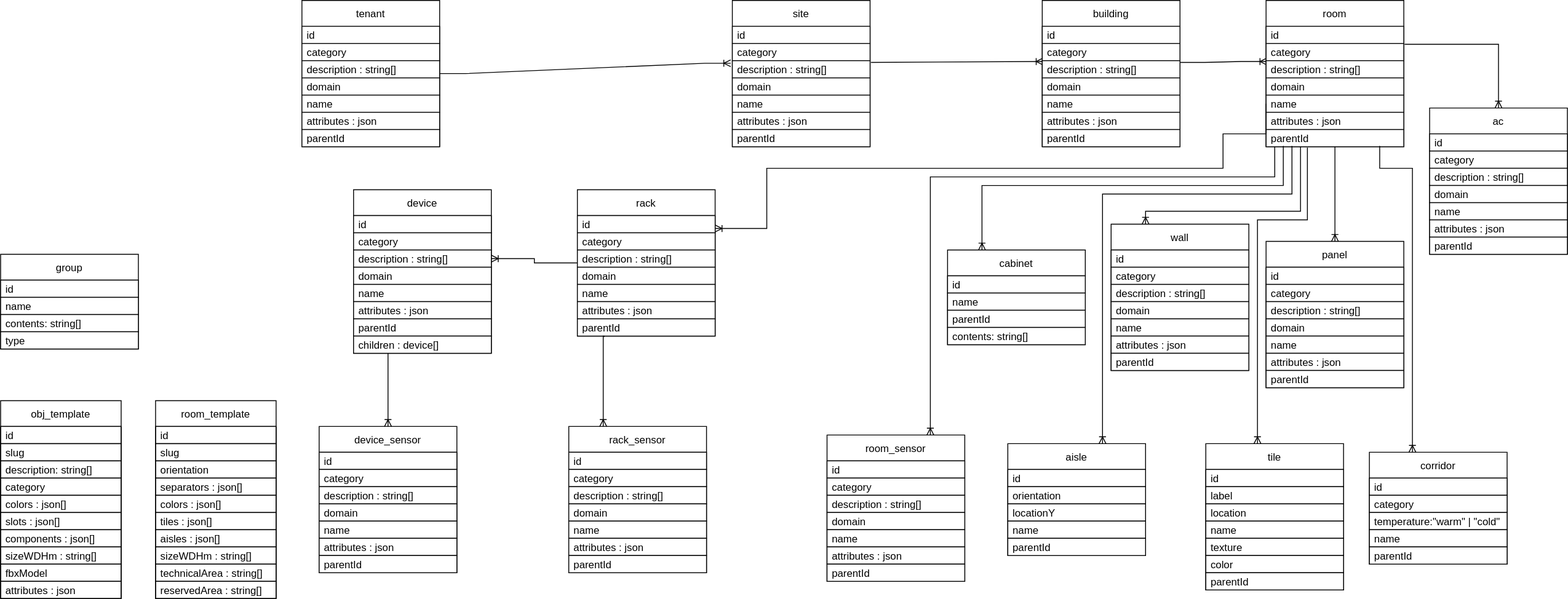
ditrit/OGrEE-Core keeps this draw.io diagram as resources/diagrams/DB Diagram.svg. Above is the earlier version. Source tidied: cells renumbered, new cells last; positions are measured from the earlier drawing's top-left corner, leaving out a move shared by most shapes.
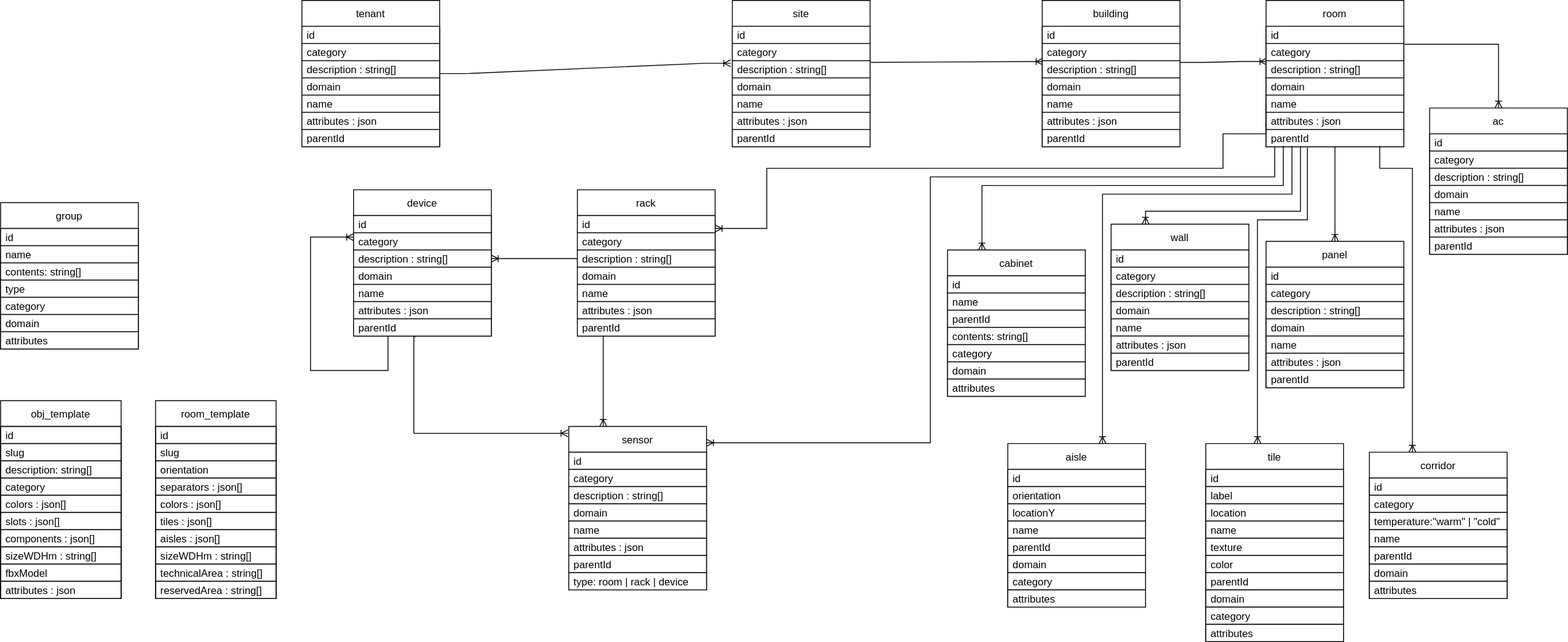
Above is the later version.

Commit message:
Updated DB Diagram, and test script for the previous commit

Change to the diagram source:
```diff
@@ -150,7 +150,11 @@
       <mxGeometry y="150" width="160" height="20" as="geometry" />
     </mxCell>
     <mxCell id="51" style="edgeStyle=orthogonalEdgeStyle;rounded=0;jettySize=auto;html=1;exitX=0;exitY=0.5;exitDx=0;exitDy=0;entryX=1;entryY=0.5;entryDx=0;entryDy=0;labelBackgroundColor=default;fontColor=default;endArrow=ERoneToMany;endFill=0;strokeColor=default;" parent="1" edge="1" source="52" target="63">
-      <mxGeometry relative="1" as="geometry" />
+      <mxGeometry relative="1" as="geometry">
+        <Array as="points">
+          <mxPoint x="670" y="300" />
+        </Array>
+      </mxGeometry>
     </mxCell>
     <mxCell id="52" value="rack" style="swimlane;fontStyle=0;horizontal=1;startSize=30;fillColor=default;strokeColor=default;fontColor=default;" parent="1" vertex="1">
       <mxGeometry x="670" y="220" width="160" height="170" as="geometry" />
@@ -177,7 +181,7 @@
       <mxGeometry y="150" width="160" height="20" as="geometry" />
     </mxCell>
     <mxCell id="60" value="device" style="swimlane;fontStyle=0;horizontal=1;startSize=30;fillColor=default;strokeColor=default;fontColor=default;" parent="1" vertex="1">
-      <mxGeometry x="410" y="220" width="160" height="190" as="geometry" />
+      <mxGeometry x="410" y="220" width="160" height="170" as="geometry" />
     </mxCell>
     <mxCell id="61" value="id" style="text;strokeColor=default;fillColor=default;align=left;verticalAlign=middle;spacingLeft=4;spacingRight=4;overflow=hidden;fontColor=default;" parent="60" vertex="1">
       <mxGeometry y="30" width="160" height="20" as="geometry" />
@@ -200,9 +204,16 @@
     <mxCell id="67" value="parentId" style="text;strokeColor=default;fillColor=default;align=left;verticalAlign=middle;spacingLeft=4;spacingRight=4;overflow=hidden;points=[[0,0.5],[1,0.5]];portConstraint=eastwest;fontColor=default;" parent="60" vertex="1">
       <mxGeometry y="150" width="160" height="20" as="geometry" />
     </mxCell>
-    <mxCell id="68" value="children : device[]" style="text;strokeColor=default;fillColor=default;align=left;verticalAlign=middle;spacingLeft=4;spacingRight=4;overflow=hidden;fontColor=default;" parent="60" vertex="1">
-      <mxGeometry y="170" width="160" height="20" as="geometry" />
-    </mxCell>
+    <mxCell id="105" style="edgeStyle=orthogonalEdgeStyle;rounded=0;jettySize=auto;html=1;labelBackgroundColor=default;fontColor=default;endArrow=ERoneToMany;endFill=0;strokeColor=default;exitX=0.25;exitY=1;exitDx=0;exitDy=0;" parent="60" edge="1" source="60">
+      <mxGeometry relative="1" as="geometry">
+        <mxPoint y="55" as="targetPoint" />
+        <Array as="points">
+          <mxPoint x="40" y="210" />
+          <mxPoint x="-50" y="210" />
+          <mxPoint x="-50" y="55" />
+        </Array>
+      </mxGeometry>
+    </mxCell>
     <mxCell id="69" style="endArrow=ERoneToMany;html=1;rounded=0;labelBackgroundColor=default;fontColor=default;strokeColor=default;edgeStyle=orthogonalEdgeStyle;endFill=0;exitX=0;exitY=0.5;exitDx=0;exitDy=0;" parent="1" edge="1" source="45">
       <mxGeometry relative="1" as="geometry">
         <mxPoint x="830" y="265" as="targetPoint" />
@@ -248,8 +259,8 @@
     <mxCell id="80" value="attributes : json" style="text;strokeColor=default;fillColor=none;align=left;verticalAlign=middle;spacingLeft=4;spacingRight=4;overflow=hidden;fontColor=default;" parent="70" vertex="1">
       <mxGeometry y="210" width="140" height="20" as="geometry" />
     </mxCell>
-    <mxCell id="81" value="rack_sensor" style="swimlane;fontStyle=0;horizontal=1;startSize=30;fillColor=default;strokeColor=default;fontColor=default;" parent="1" vertex="1">
-      <mxGeometry x="660" y="495" width="160" height="170" as="geometry" />
+    <mxCell id="81" value="sensor" style="swimlane;fontStyle=0;horizontal=1;startSize=30;fillColor=default;strokeColor=default;fontColor=default;" parent="1" vertex="1">
+      <mxGeometry x="660" y="495" width="160" height="190" as="geometry" />
     </mxCell>
     <mxCell id="82" value="id" style="text;strokeColor=default;fillColor=default;align=left;verticalAlign=middle;spacingLeft=4;spacingRight=4;overflow=hidden;fontColor=default;" parent="81" vertex="1">
       <mxGeometry y="30" width="160" height="20" as="geometry" />
@@ -272,57 +283,9 @@
     <mxCell id="88" value="parentId" style="text;strokeColor=default;fillColor=default;align=left;verticalAlign=middle;spacingLeft=4;spacingRight=4;overflow=hidden;fontColor=default;" parent="81" vertex="1">
       <mxGeometry y="150" width="160" height="20" as="geometry" />
     </mxCell>
-    <mxCell id="89" value="device_sensor" style="swimlane;fontStyle=0;horizontal=1;startSize=30;fillColor=default;strokeColor=default;fontColor=default;" parent="1" vertex="1">
-      <mxGeometry x="370" y="495" width="160" height="170" as="geometry" />
-    </mxCell>
-    <mxCell id="90" value="id" style="text;strokeColor=default;fillColor=default;align=left;verticalAlign=middle;spacingLeft=4;spacingRight=4;overflow=hidden;fontColor=default;" parent="89" vertex="1">
-      <mxGeometry y="30" width="160" height="20" as="geometry" />
-    </mxCell>
-    <mxCell id="91" value="category" style="text;strokeColor=default;fillColor=default;align=left;verticalAlign=middle;spacingLeft=4;spacingRight=4;overflow=hidden;fontColor=default;" parent="89" vertex="1">
-      <mxGeometry y="50" width="160" height="20" as="geometry" />
-    </mxCell>
-    <mxCell id="92" value="description : string[]" style="text;strokeColor=default;fillColor=default;align=left;verticalAlign=middle;spacingLeft=4;spacingRight=4;overflow=hidden;fontColor=default;" parent="89" vertex="1">
-      <mxGeometry y="70" width="160" height="20" as="geometry" />
-    </mxCell>
-    <mxCell id="93" value="domain" style="text;strokeColor=default;fillColor=default;align=left;verticalAlign=middle;spacingLeft=4;spacingRight=4;overflow=hidden;fontColor=default;" parent="89" vertex="1">
-      <mxGeometry y="90" width="160" height="20" as="geometry" />
-    </mxCell>
-    <mxCell id="94" value="name" style="text;strokeColor=default;fillColor=default;align=left;verticalAlign=middle;spacingLeft=4;spacingRight=4;overflow=hidden;fontColor=default;" parent="89" vertex="1">
-      <mxGeometry y="110" width="160" height="20" as="geometry" />
-    </mxCell>
-    <mxCell id="95" value="attributes : json" style="text;strokeColor=default;fillColor=default;align=left;verticalAlign=middle;spacingLeft=4;spacingRight=4;overflow=hidden;fontColor=default;" parent="89" vertex="1">
-      <mxGeometry y="130" width="160" height="20" as="geometry" />
-    </mxCell>
-    <mxCell id="96" value="parentId" style="text;strokeColor=default;fillColor=default;align=left;verticalAlign=middle;spacingLeft=4;spacingRight=4;overflow=hidden;fontColor=default;" parent="89" vertex="1">
-      <mxGeometry y="150" width="160" height="20" as="geometry" />
-    </mxCell>
-    <mxCell id="97" value="room_sensor" style="swimlane;fontStyle=0;horizontal=1;startSize=30;fillColor=default;strokeColor=default;fontColor=default;" parent="1" vertex="1">
-      <mxGeometry x="960" y="505" width="160" height="170" as="geometry" />
-    </mxCell>
-    <mxCell id="98" value="id" style="text;strokeColor=default;fillColor=default;align=left;verticalAlign=middle;spacingLeft=4;spacingRight=4;overflow=hidden;fontColor=default;" parent="97" vertex="1">
-      <mxGeometry y="30" width="160" height="20" as="geometry" />
-    </mxCell>
-    <mxCell id="99" value="category" style="text;strokeColor=default;fillColor=default;align=left;verticalAlign=middle;spacingLeft=4;spacingRight=4;overflow=hidden;fontColor=default;" parent="97" vertex="1">
-      <mxGeometry y="50" width="160" height="20" as="geometry" />
-    </mxCell>
-    <mxCell id="100" value="description : string[]" style="text;strokeColor=default;fillColor=default;align=left;verticalAlign=middle;spacingLeft=4;spacingRight=4;overflow=hidden;fontColor=default;" parent="97" vertex="1">
-      <mxGeometry y="70" width="160" height="20" as="geometry" />
-    </mxCell>
-    <mxCell id="101" value="domain" style="text;strokeColor=default;fillColor=default;align=left;verticalAlign=middle;spacingLeft=4;spacingRight=4;overflow=hidden;fontColor=default;" parent="97" vertex="1">
-      <mxGeometry y="90" width="160" height="20" as="geometry" />
-    </mxCell>
-    <mxCell id="102" value="name" style="text;strokeColor=default;fillColor=default;align=left;verticalAlign=middle;spacingLeft=4;spacingRight=4;overflow=hidden;fontColor=default;" parent="97" vertex="1">
-      <mxGeometry y="110" width="160" height="20" as="geometry" />
-    </mxCell>
-    <mxCell id="103" value="attributes : json" style="text;strokeColor=default;fillColor=default;align=left;verticalAlign=middle;spacingLeft=4;spacingRight=4;overflow=hidden;fontColor=default;" parent="97" vertex="1">
-      <mxGeometry y="130" width="160" height="20" as="geometry" />
-    </mxCell>
-    <mxCell id="104" value="parentId" style="text;strokeColor=default;fillColor=default;align=left;verticalAlign=middle;spacingLeft=4;spacingRight=4;overflow=hidden;fontColor=default;" parent="97" vertex="1">
-      <mxGeometry y="150" width="160" height="20" as="geometry" />
-    </mxCell>
-    <mxCell id="105" style="edgeStyle=orthogonalEdgeStyle;rounded=0;jettySize=auto;html=1;labelBackgroundColor=default;fontColor=default;endArrow=ERoneToMany;endFill=0;strokeColor=default;exitX=0.25;exitY=1;exitDx=0;exitDy=0;" parent="1" edge="1" source="60" target="89">
-      <mxGeometry relative="1" as="geometry" />
-    </mxCell>
+    <mxCell id="181" value="type: room | rack | device" style="text;strokeColor=default;fillColor=default;align=left;verticalAlign=middle;spacingLeft=4;spacingRight=4;overflow=hidden;fontColor=default;" parent="81" vertex="1">
+      <mxGeometry y="170" width="160" height="20" as="geometry" />
+    </mxCell>
     <mxCell id="106" style="edgeStyle=orthogonalEdgeStyle;rounded=0;jettySize=auto;html=1;entryX=0.25;entryY=0;entryDx=0;entryDy=0;labelBackgroundColor=default;fontColor=default;endArrow=ERoneToMany;endFill=0;strokeColor=default;exitX=0.194;exitY=1.05;exitDx=0;exitDy=0;exitPerimeter=0;" parent="1" edge="1" source="59" target="81">
       <mxGeometry relative="1" as="geometry">
         <Array as="points">
@@ -331,11 +294,12 @@
         </Array>
       </mxGeometry>
     </mxCell>
-    <mxCell id="107" style="edgeStyle=orthogonalEdgeStyle;rounded=0;jettySize=auto;html=1;labelBackgroundColor=default;fontColor=default;endArrow=ERoneToMany;endFill=0;strokeColor=default;entryX=0.75;entryY=0;entryDx=0;entryDy=0;exitX=0.063;exitY=1;exitDx=0;exitDy=0;exitPerimeter=0;" parent="1" edge="1" source="50" target="97">
+    <mxCell id="107" style="edgeStyle=orthogonalEdgeStyle;rounded=0;jettySize=auto;html=1;labelBackgroundColor=default;fontColor=default;endArrow=ERoneToMany;endFill=0;strokeColor=default;entryX=1;entryY=0.1;entryDx=0;entryDy=0;exitX=0.063;exitY=1;exitDx=0;exitDy=0;exitPerimeter=0;entryPerimeter=0;" parent="1" edge="1" source="50" target="81">
       <mxGeometry relative="1" as="geometry">
         <Array as="points">
           <mxPoint x="1480" y="205" />
           <mxPoint x="1080" y="205" />
+          <mxPoint x="1080" y="514" />
         </Array>
       </mxGeometry>
     </mxCell>
@@ -394,7 +358,7 @@
       <mxGeometry y="150" width="160" height="20" as="geometry" />
     </mxCell>
     <mxCell id="126" value="corridor" style="swimlane;fontStyle=0;horizontal=1;startSize=30;fillColor=default;strokeColor=default;fontColor=default;" parent="1" vertex="1">
-      <mxGeometry x="1590" y="525" width="160" height="130" as="geometry" />
+      <mxGeometry x="1590" y="525" width="160" height="170" as="geometry" />
     </mxCell>
     <mxCell id="127" value="id" style="text;strokeColor=default;fillColor=default;align=left;verticalAlign=middle;spacingLeft=4;spacingRight=4;overflow=hidden;fontColor=default;" parent="126" vertex="1">
       <mxGeometry y="30" width="160" height="20" as="geometry" />
@@ -417,8 +381,14 @@
     <mxCell id="133" style="text;strokeColor=default;fillColor=default;align=left;verticalAlign=middle;spacingLeft=4;spacingRight=4;overflow=hidden;fontColor=default;" parent="126" vertex="1">
       <mxGeometry y="130" width="160" as="geometry" />
     </mxCell>
+    <mxCell id="182" value="domain" style="text;strokeColor=default;fillColor=default;align=left;verticalAlign=middle;spacingLeft=4;spacingRight=4;overflow=hidden;fontColor=default;" parent="126" vertex="1">
+      <mxGeometry y="130" width="160" height="20" as="geometry" />
+    </mxCell>
+    <mxCell id="183" value="attributes" style="text;strokeColor=default;fillColor=default;align=left;verticalAlign=middle;spacingLeft=4;spacingRight=4;overflow=hidden;fontColor=default;" parent="126" vertex="1">
+      <mxGeometry y="150" width="160" height="20" as="geometry" />
+    </mxCell>
     <mxCell id="134" value="group" style="swimlane;fontStyle=0;horizontal=1;startSize=30;fillColor=default;strokeColor=default;fontColor=default;" parent="1" vertex="1">
-      <mxGeometry y="295" width="160" height="110" as="geometry" />
+      <mxGeometry y="235" width="160" height="170" as="geometry" />
     </mxCell>
     <mxCell id="135" value="id" style="text;strokeColor=default;fillColor=default;align=left;verticalAlign=middle;spacingLeft=4;spacingRight=4;overflow=hidden;fontColor=default;" parent="134" vertex="1">
       <mxGeometry y="30" width="160" height="20" as="geometry" />
@@ -438,8 +408,17 @@
     <mxCell id="140" value="type" style="text;strokeColor=default;fillColor=default;align=left;verticalAlign=middle;spacingLeft=4;spacingRight=4;overflow=hidden;fontColor=default;" parent="134" vertex="1">
       <mxGeometry y="90" width="160" height="20" as="geometry" />
     </mxCell>
+    <mxCell id="184" value="category" style="text;strokeColor=default;fillColor=default;align=left;verticalAlign=middle;spacingLeft=4;spacingRight=4;overflow=hidden;fontColor=default;" parent="134" vertex="1">
+      <mxGeometry y="110" width="160" height="20" as="geometry" />
+    </mxCell>
+    <mxCell id="185" value="domain" style="text;strokeColor=default;fillColor=default;align=left;verticalAlign=middle;spacingLeft=4;spacingRight=4;overflow=hidden;fontColor=default;" parent="134" vertex="1">
+      <mxGeometry y="130" width="160" height="20" as="geometry" />
+    </mxCell>
+    <mxCell id="186" value="attributes" style="text;strokeColor=default;fillColor=default;align=left;verticalAlign=middle;spacingLeft=4;spacingRight=4;overflow=hidden;fontColor=default;" parent="134" vertex="1">
+      <mxGeometry y="150" width="160" height="20" as="geometry" />
+    </mxCell>
     <mxCell id="141" value="aisle" style="swimlane;fontStyle=0;horizontal=1;startSize=30;fillColor=default;strokeColor=default;fontColor=default;" parent="1" vertex="1">
-      <mxGeometry x="1170" y="515" width="160" height="130" as="geometry" />
+      <mxGeometry x="1170" y="515" width="160" height="190" as="geometry" />
     </mxCell>
     <mxCell id="142" value="id" style="text;strokeColor=default;fillColor=default;align=left;verticalAlign=middle;spacingLeft=4;spacingRight=4;overflow=hidden;fontColor=default;" parent="141" vertex="1">
       <mxGeometry y="30" width="160" height="20" as="geometry" />
@@ -462,8 +441,17 @@
     <mxCell id="148" style="text;strokeColor=default;fillColor=default;align=left;verticalAlign=middle;spacingLeft=4;spacingRight=4;overflow=hidden;fontColor=default;" parent="141" vertex="1">
       <mxGeometry y="130" width="160" as="geometry" />
     </mxCell>
+    <mxCell id="187" value="domain" style="text;strokeColor=default;fillColor=default;align=left;verticalAlign=middle;spacingLeft=4;spacingRight=4;overflow=hidden;fontColor=default;" parent="141" vertex="1">
+      <mxGeometry y="130" width="160" height="20" as="geometry" />
+    </mxCell>
+    <mxCell id="188" value="category" style="text;strokeColor=default;fillColor=default;align=left;verticalAlign=middle;spacingLeft=4;spacingRight=4;overflow=hidden;fontColor=default;" parent="141" vertex="1">
+      <mxGeometry y="150" width="160" height="20" as="geometry" />
+    </mxCell>
+    <mxCell id="189" value="attributes" style="text;strokeColor=default;fillColor=default;align=left;verticalAlign=middle;spacingLeft=4;spacingRight=4;overflow=hidden;fontColor=default;" parent="141" vertex="1">
+      <mxGeometry y="170" width="160" height="20" as="geometry" />
+    </mxCell>
     <mxCell id="149" value="cabinet" style="swimlane;fontStyle=0;horizontal=1;startSize=30;fillColor=default;strokeColor=default;fontColor=default;" parent="1" vertex="1">
-      <mxGeometry x="1100" y="290" width="160" height="110" as="geometry" />
+      <mxGeometry x="1100" y="290" width="160" height="170" as="geometry" />
     </mxCell>
     <mxCell id="150" value="id" style="text;strokeColor=default;fillColor=default;align=left;verticalAlign=middle;spacingLeft=4;spacingRight=4;overflow=hidden;fontColor=default;" parent="149" vertex="1">
       <mxGeometry y="30" width="160" height="20" as="geometry" />
@@ -483,8 +471,17 @@
     <mxCell id="155" style="text;strokeColor=default;fillColor=default;align=left;verticalAlign=middle;spacingLeft=4;spacingRight=4;overflow=hidden;fontColor=default;" parent="149" vertex="1">
       <mxGeometry y="110" width="160" as="geometry" />
     </mxCell>
+    <mxCell id="190" value="category" style="text;strokeColor=default;fillColor=default;align=left;verticalAlign=middle;spacingLeft=4;spacingRight=4;overflow=hidden;fontColor=default;" parent="149" vertex="1">
+      <mxGeometry y="110" width="160" height="20" as="geometry" />
+    </mxCell>
+    <mxCell id="191" value="domain" style="text;strokeColor=default;fillColor=default;align=left;verticalAlign=middle;spacingLeft=4;spacingRight=4;overflow=hidden;fontColor=default;" parent="149" vertex="1">
+      <mxGeometry y="130" width="160" height="20" as="geometry" />
+    </mxCell>
+    <mxCell id="192" value="attributes" style="text;strokeColor=default;fillColor=default;align=left;verticalAlign=middle;spacingLeft=4;spacingRight=4;overflow=hidden;fontColor=default;" parent="149" vertex="1">
+      <mxGeometry y="150" width="160" height="20" as="geometry" />
+    </mxCell>
     <mxCell id="156" value="tile" style="swimlane;fontStyle=0;horizontal=1;startSize=30;fillColor=default;strokeColor=default;fontColor=default;" parent="1" vertex="1">
-      <mxGeometry x="1400" y="515" width="160" height="170" as="geometry" />
+      <mxGeometry x="1400" y="515" width="160" height="230" as="geometry" />
     </mxCell>
     <mxCell id="157" value="id" style="text;strokeColor=default;fillColor=default;align=left;verticalAlign=middle;spacingLeft=4;spacingRight=4;overflow=hidden;fontColor=default;" parent="156" vertex="1">
       <mxGeometry y="30" width="160" height="20" as="geometry" />
@@ -513,6 +510,15 @@
     <mxCell id="165" value="parentId" style="text;strokeColor=default;fillColor=default;align=left;verticalAlign=middle;spacingLeft=4;spacingRight=4;overflow=hidden;fontColor=default;" parent="156" vertex="1">
       <mxGeometry y="150" width="160" height="20" as="geometry" />
     </mxCell>
+    <mxCell id="193" value="domain" style="text;strokeColor=default;fillColor=default;align=left;verticalAlign=middle;spacingLeft=4;spacingRight=4;overflow=hidden;fontColor=default;" parent="156" vertex="1">
+      <mxGeometry y="170" width="160" height="20" as="geometry" />
+    </mxCell>
+    <mxCell id="194" value="category" style="text;strokeColor=default;fillColor=default;align=left;verticalAlign=middle;spacingLeft=4;spacingRight=4;overflow=hidden;fontColor=default;" parent="156" vertex="1">
+      <mxGeometry y="190" width="160" height="20" as="geometry" />
+    </mxCell>
+    <mxCell id="195" value="attributes" style="text;strokeColor=default;fillColor=default;align=left;verticalAlign=middle;spacingLeft=4;spacingRight=4;overflow=hidden;fontColor=default;" parent="156" vertex="1">
+      <mxGeometry y="210" width="160" height="20" as="geometry" />
+    </mxCell>
     <mxCell id="166" value="panel" style="swimlane;fontStyle=0;horizontal=1;startSize=30;fillColor=default;strokeColor=default;fontColor=default;" parent="1" vertex="1">
       <mxGeometry x="1470" y="280" width="160" height="170" as="geometry" />
     </mxCell>
@@ -590,5 +596,13 @@
         </Array>
       </mxGeometry>
     </mxCell>
+    <mxCell id="196" style="edgeStyle=orthogonalEdgeStyle;rounded=0;jettySize=auto;html=1;labelBackgroundColor=default;fontColor=default;endArrow=ERoneToMany;endFill=0;strokeColor=default;entryX=-0.006;entryY=0.042;entryDx=0;entryDy=0;entryPerimeter=0;exitX=0.45;exitY=1.05;exitDx=0;exitDy=0;exitPerimeter=0;" parent="1" edge="1" source="67" target="81">
+      <mxGeometry relative="1" as="geometry">
+        <Array as="points">
+          <mxPoint x="480" y="391" />
+          <mxPoint x="480" y="503" />
+        </Array>
+      </mxGeometry>
+    </mxCell>
   </root>
 </mxGraphModel>
```
